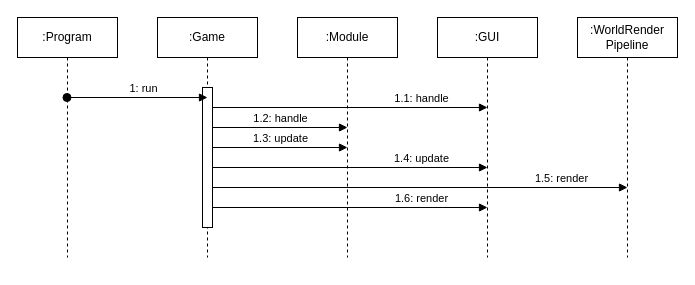
seedhartha/reone keeps this draw.io diagram as images/mainloop.drawio. Above is the earlier version. Source tidied: cells renumbered, new cells numbered last; positions are measured from the earlier drawing's top-left corner, leaving out a move shared by most shapes. Both pictures are drawn from the tidied source at 100%, with x=0, y=0 at pixel (17, 17).
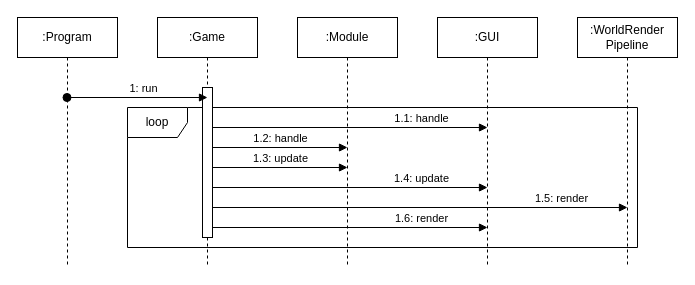
The same page after the edit.

Commit message (it also covers changes not shown here):
Add loop frame to the main loop diagram

[ci skip]

The edit, as a diff of the source:
```diff
@@
+    <mxCell id="15" value="loop" style="shape=umlFrame;whiteSpace=wrap;html=1;" parent="1" vertex="1">
+      <mxGeometry x="110" y="90" width="510" height="140" as="geometry" />
+    </mxCell>
     <mxCell id="2" value=":Program" style="shape=umlLifeline;perimeter=lifelinePerimeter;whiteSpace=wrap;html=1;outlineConnect=0;" parent="1" vertex="1">
-      <mxGeometry width="100" height="240" as="geometry" />
+      <mxGeometry width="100" height="250" as="geometry" />
     </mxCell>
     <mxCell id="3" value=":Game" style="shape=umlLifeline;perimeter=lifelinePerimeter;whiteSpace=wrap;html=1;" parent="1" vertex="1">
-      <mxGeometry x="140" width="100" height="240" as="geometry" />
+      <mxGeometry x="140" width="100" height="250" as="geometry" />
     </mxCell>
     <mxCell id="4" style="html=1;points=[];perimeter=orthogonalPerimeter;" parent="3" vertex="1">
-      <mxGeometry x="45" y="70" width="10" height="140" as="geometry" />
+      <mxGeometry x="45" y="70" width="10" height="150" as="geometry" />
     </mxCell>
     <mxCell id="5" value=":Module" style="shape=umlLifeline;perimeter=lifelinePerimeter;whiteSpace=wrap;html=1;" parent="1" vertex="1">
-      <mxGeometry x="280" width="100" height="240" as="geometry" />
+      <mxGeometry x="280" width="100" height="250" as="geometry" />
     </mxCell>
     <mxCell id="6" value=":GUI" style="shape=umlLifeline;perimeter=lifelinePerimeter;whiteSpace=wrap;html=1;" parent="1" vertex="1">
-      <mxGeometry x="420" width="100" height="240" as="geometry" />
+      <mxGeometry x="420" width="100" height="250" as="geometry" />
     </mxCell>
     <mxCell id="7" value="1.1: handle" style="html=1;verticalAlign=bottom;endArrow=block;" parent="1" edge="1" source="4">
       <mxGeometry x="0.52" relative="1" as="geometry">
-        <mxPoint x="470" y="90" as="targetPoint" />
+        <mxPoint x="470" y="110" as="targetPoint" />
       </mxGeometry>
     </mxCell>
     <mxCell id="8" value="1.2: handle" style="html=1;verticalAlign=bottom;endArrow=block;" parent="1" edge="1" source="4">
       <mxGeometry relative="1" as="geometry">
-        <mxPoint x="330" y="110" as="targetPoint" />
+        <mxPoint x="330" y="130" as="targetPoint" />
       </mxGeometry>
     </mxCell>
     <mxCell id="9" value="1.3: update" style="html=1;verticalAlign=bottom;endArrow=block;" parent="1" edge="1" source="4">
       <mxGeometry relative="1" as="geometry">
-        <mxPoint x="330" y="130" as="targetPoint" />
+        <mxPoint x="330" y="150" as="targetPoint" />
       </mxGeometry>
     </mxCell>
     <mxCell id="10" value="1.4: update" style="html=1;verticalAlign=bottom;endArrow=block;" parent="1" edge="1" source="4">
       <mxGeometry x="0.52" relative="1" as="geometry">
-        <mxPoint x="470" y="150" as="targetPoint" />
+        <mxPoint x="470" y="170" as="targetPoint" />
       </mxGeometry>
     </mxCell>
     <mxCell id="11" value=":WorldRender&lt;br&gt;Pipeline" style="shape=umlLifeline;perimeter=lifelinePerimeter;whiteSpace=wrap;html=1;" parent="1" vertex="1">
-      <mxGeometry x="560" width="100" height="240" as="geometry" />
+      <mxGeometry x="560" width="100" height="250" as="geometry" />
     </mxCell>
     <mxCell id="12" value="1.5: render" style="html=1;verticalAlign=bottom;endArrow=block;" parent="1" edge="1" source="4">
       <mxGeometry x="0.68" relative="1" as="geometry">
-        <mxPoint x="610" y="170" as="targetPoint" />
+        <mxPoint x="610" y="190" as="targetPoint" />
       </mxGeometry>
     </mxCell>
     <mxCell id="13" value="1.6: render" style="html=1;verticalAlign=bottom;endArrow=block;" parent="1" edge="1" source="4">
       <mxGeometry x="0.52" relative="1" as="geometry">
-        <mxPoint x="470" y="190" as="targetPoint" />
+        <mxPoint x="470" y="210" as="targetPoint" />
       </mxGeometry>
     </mxCell>
```
